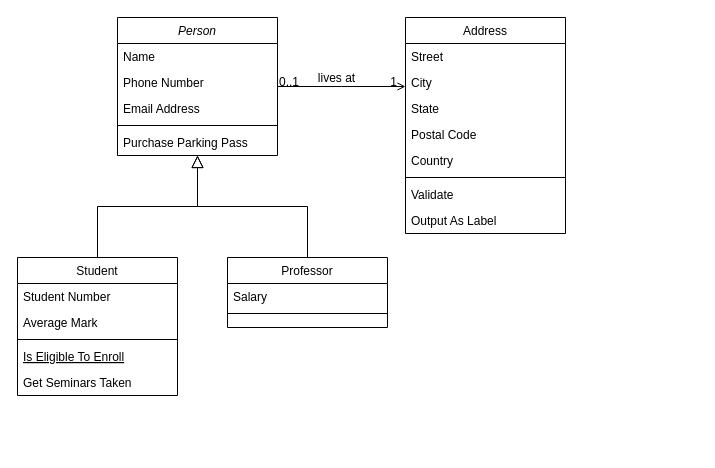
Above: work/首页加载.drawio in MitnickX/drawIO (draw.io), before the change. Source tidied: cells renumbered, new cells numbered last; positions are measured from the earlier drawing's top-left corner, leaving out a move shared by most shapes. Both pictures are drawn from the tidied source at 100%, with x=0, y=0 at pixel (17, 17).
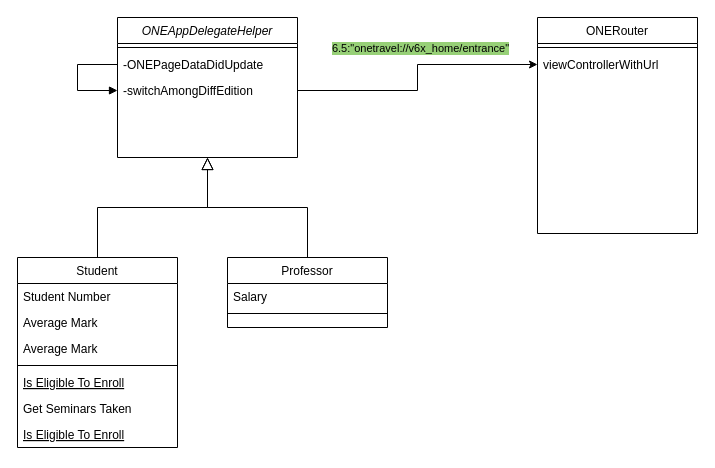
After the change.

Commit message:
更新首页加载.drawio

What changed in the source:
```diff
@@
-    <mxCell id="2" value="Person" style="swimlane;fontStyle=2;align=center;verticalAlign=top;horizontal=1;startSize=26;rounded=0;shadow=0;strokeWidth=1;" parent="1" vertex="1">
-      <mxGeometry x="100" width="160" height="138" as="geometry" />
+    <mxCell id="2" value="ONEAppDelegateHelper" style="swimlane;fontStyle=2;align=center;verticalAlign=top;horizontal=1;startSize=26;rounded=0;shadow=0;strokeWidth=1;" parent="1" vertex="1">
+      <mxGeometry x="100" width="180" height="140" as="geometry" />
     </mxCell>
-    <mxCell id="3" value="Name" style="text;align=left;verticalAlign=top;spacingLeft=4;spacingRight=4;overflow=hidden;" parent="2" vertex="1">
-      <mxGeometry y="26" width="160" height="26" as="geometry" />
-    </mxCell>
-    <mxCell id="4" value="Phone Number" style="text;align=left;verticalAlign=top;spacingLeft=4;spacingRight=4;overflow=hidden;rounded=0;shadow=0;html=0;" parent="2" vertex="1">
-      <mxGeometry y="52" width="160" height="26" as="geometry" />
-    </mxCell>
-    <mxCell id="5" value="Email Address" style="text;align=left;verticalAlign=top;spacingLeft=4;spacingRight=4;overflow=hidden;rounded=0;shadow=0;html=0;" parent="2" vertex="1">
-      <mxGeometry y="78" width="160" height="26" as="geometry" />
-    </mxCell>
     <mxCell id="6" style="line;html=1;strokeWidth=1;align=left;verticalAlign=middle;spacingTop=-1;spacingLeft=3;spacingRight=3;labelPosition=right;" parent="2" vertex="1">
-      <mxGeometry y="104" width="160" height="8" as="geometry" />
+      <mxGeometry y="26" width="180" height="8" as="geometry" />
     </mxCell>
-    <mxCell id="7" value="Purchase Parking Pass" style="text;align=left;verticalAlign=top;spacingLeft=4;spacingRight=4;overflow=hidden;points=[[0,0.5],[1,0.5]];portConstraint=eastwest;" parent="2" vertex="1">
-      <mxGeometry y="112" width="160" height="26" as="geometry" />
+    <mxCell id="7" value="-ONEPageDataDidUpdate" style="text;align=left;verticalAlign=top;spacingLeft=4;spacingRight=4;overflow=hidden;points=[[0,0.5],[1,0.5]];portConstraint=eastwest;" parent="2" vertex="1">
+      <mxGeometry y="34" width="180" height="26" as="geometry" />
     </mxCell>
+    <mxCell id="32" value="-switchAmongDiffEdition" style="text;align=left;verticalAlign=top;spacingLeft=4;spacingRight=4;overflow=hidden;points=[[0,0.5],[1,0.5]];portConstraint=eastwest;" parent="2" vertex="1">
+      <mxGeometry y="60" width="180" height="26" as="geometry" />
+    </mxCell>
+    <mxCell id="33" style="edgeStyle=orthogonalEdgeStyle;html=1;align=left;spacingLeft=2;endArrow=block;rounded=0;exitX=0;exitY=0.5;exitDx=0;exitDy=0;entryX=0;entryY=0.5;entryDx=0;entryDy=0;" parent="2" edge="1" source="7" target="32">
+      <mxGeometry relative="1" as="geometry">
+        <Array as="points">
+          <mxPoint x="-40" y="47" />
+          <mxPoint x="-40" y="73" />
+        </Array>
+      </mxGeometry>
+    </mxCell>
     <mxCell id="8" value="Student" style="swimlane;fontStyle=0;align=center;verticalAlign=top;horizontal=1;startSize=26;rounded=0;shadow=0;strokeWidth=1;" parent="1" vertex="1">
-      <mxGeometry y="240" width="160" height="138" as="geometry" />
+      <mxGeometry y="240" width="160" height="190" as="geometry" />
     </mxCell>
@@
+    <mxCell id="34" value="Average Mark" style="text;align=left;verticalAlign=top;spacingLeft=4;spacingRight=4;overflow=hidden;rounded=0;shadow=0;html=0;" parent="8" vertex="1">
+      <mxGeometry y="78" width="160" height="26" as="geometry" />
+    </mxCell>
     <mxCell id="11" style="line;html=1;strokeWidth=1;align=left;verticalAlign=middle;spacingTop=-1;spacingLeft=3;spacingRight=3;labelPosition=right;" parent="8" vertex="1">
-      <mxGeometry y="78" width="160" height="8" as="geometry" />
+      <mxGeometry y="104" width="160" height="8" as="geometry" />
     </mxCell>
     <mxCell id="12" value="Is Eligible To Enroll" style="text;align=left;verticalAlign=top;spacingLeft=4;spacingRight=4;overflow=hidden;fontStyle=4;" parent="8" vertex="1">
-      <mxGeometry y="86" width="160" height="26" as="geometry" />
+      <mxGeometry y="112" width="160" height="26" as="geometry" />
     </mxCell>
     <mxCell id="13" value="Get Seminars Taken" style="text;align=left;verticalAlign=top;spacingLeft=4;spacingRight=4;overflow=hidden;" parent="8" vertex="1">
-      <mxGeometry y="112" width="160" height="26" as="geometry" />
+      <mxGeometry y="138" width="160" height="26" as="geometry" />
     </mxCell>
+    <mxCell id="35" value="Is Eligible To Enroll" style="text;align=left;verticalAlign=top;spacingLeft=4;spacingRight=4;overflow=hidden;fontStyle=4;" parent="8" vertex="1">
+      <mxGeometry y="164" width="160" height="26" as="geometry" />
+    </mxCell>
@@
-    <mxCell id="19" value="Address" style="swimlane;fontStyle=0;align=center;verticalAlign=top;horizontal=1;startSize=26;rounded=0;shadow=0;strokeWidth=1;" parent="1" vertex="1">
-      <mxGeometry x="388" width="160" height="216" as="geometry" />
+    <mxCell id="19" value="ONERouter" style="swimlane;fontStyle=0;align=center;verticalAlign=top;horizontal=1;startSize=26;rounded=0;shadow=0;strokeWidth=1;" parent="1" vertex="1">
+      <mxGeometry x="520" width="160" height="216" as="geometry" />
     </mxCell>
-    <mxCell id="20" value="Street" style="text;align=left;verticalAlign=top;spacingLeft=4;spacingRight=4;overflow=hidden;" parent="19" vertex="1">
-      <mxGeometry y="26" width="160" height="26" as="geometry" />
-    </mxCell>
-    <mxCell id="21" value="City" style="text;align=left;verticalAlign=top;spacingLeft=4;spacingRight=4;overflow=hidden;rounded=0;shadow=0;html=0;" parent="19" vertex="1">
-      <mxGeometry y="52" width="160" height="26" as="geometry" />
-    </mxCell>
-    <mxCell id="22" value="State" style="text;align=left;verticalAlign=top;spacingLeft=4;spacingRight=4;overflow=hidden;rounded=0;shadow=0;html=0;" parent="19" vertex="1">
-      <mxGeometry y="78" width="160" height="26" as="geometry" />
-    </mxCell>
-    <mxCell id="23" value="Postal Code" style="text;align=left;verticalAlign=top;spacingLeft=4;spacingRight=4;overflow=hidden;rounded=0;shadow=0;html=0;" parent="19" vertex="1">
-      <mxGeometry y="104" width="160" height="26" as="geometry" />
-    </mxCell>
-    <mxCell id="24" value="Country" style="text;align=left;verticalAlign=top;spacingLeft=4;spacingRight=4;overflow=hidden;rounded=0;shadow=0;html=0;" parent="19" vertex="1">
-      <mxGeometry y="130" width="160" height="26" as="geometry" />
-    </mxCell>
     <mxCell id="25" style="line;html=1;strokeWidth=1;align=left;verticalAlign=middle;spacingTop=-1;spacingLeft=3;spacingRight=3;labelPosition=right;" parent="19" vertex="1">
-      <mxGeometry y="156" width="160" height="8" as="geometry" />
+      <mxGeometry y="26" width="160" height="8" as="geometry" />
     </mxCell>
-    <mxCell id="26" value="Validate" style="text;align=left;verticalAlign=top;spacingLeft=4;spacingRight=4;overflow=hidden;" parent="19" vertex="1">
-      <mxGeometry y="164" width="160" height="26" as="geometry" />
-    </mxCell>
-    <mxCell id="27" value="Output As Label" style="text;align=left;verticalAlign=top;spacingLeft=4;spacingRight=4;overflow=hidden;points=[[0,0.5],[1,0.5]];portConstraint=eastwest;" parent="19" vertex="1">
-      <mxGeometry y="190" width="160" height="26" as="geometry" />
+    <mxCell id="27" value="viewControllerWithUrl" style="text;align=left;verticalAlign=top;spacingLeft=4;spacingRight=4;overflow=hidden;points=[[0,0.5],[1,0.5]];portConstraint=eastwest;" parent="19" vertex="1">
+      <mxGeometry y="34" width="160" height="26" as="geometry" />
     </mxCell>
-    <mxCell id="28" style="endArrow=open;shadow=0;strokeWidth=1;rounded=0;endFill=1;edgeStyle=elbowEdgeStyle;elbow=vertical;" parent="1" edge="1" source="2" target="19">
-      <mxGeometry x="0.5" y="41" relative="1" as="geometry">
-        <mxPoint x="-40" y="32" as="offset" />
-      </mxGeometry>
-    </mxCell>
-    <mxCell id="29" value="0..1" style="align=left;verticalAlign=bottom;labelBackgroundColor=none;fontSize=12;" parent="28" vertex="1">
-      <mxGeometry x="-1" relative="1" as="geometry">
-        <mxPoint y="4" as="offset" />
-      </mxGeometry>
-    </mxCell>
-    <mxCell id="30" value="1" style="align=right;verticalAlign=bottom;labelBackgroundColor=none;fontSize=12;" parent="28" vertex="1">
-      <mxGeometry x="1" relative="1" as="geometry">
-        <mxPoint x="-7" y="4" as="offset" />
-      </mxGeometry>
-    </mxCell>
-    <mxCell id="31" value="lives at" style="text;html=1;align=center;verticalAlign=middle;labelBackgroundColor=none;rounded=0;shadow=0;strokeWidth=1;fontSize=12;" parent="28" vertex="1">
-      <mxGeometry x="0.5" y="49" relative="1" as="geometry">
-        <mxPoint x="-38" y="40" as="offset" />
-      </mxGeometry>
-    </mxCell>
+    <mxCell id="36" style="edgeStyle=orthogonalEdgeStyle;rounded=0;jettySize=auto;html=1;entryX=0;entryY=0.5;entryDx=0;entryDy=0;fontSize=11;" parent="1" edge="1" source="32" target="27">
+      <mxGeometry relative="1" as="geometry" />
+    </mxCell>
+    <mxCell id="37" value="&lt;span style=&quot;font-size: 11px&quot;&gt;6.5:&quot;onetravel://v6x_home/entrance&quot;&lt;/span&gt;" style="edgeLabel;html=1;align=center;verticalAlign=middle;fontSize=11;labelBackgroundColor=#97D077;" parent="36" vertex="1">
+      <mxGeometry x="0.11" y="2" relative="1" as="geometry">
+        <mxPoint y="-15" as="offset" />
+      </mxGeometry>
+    </mxCell>
```
